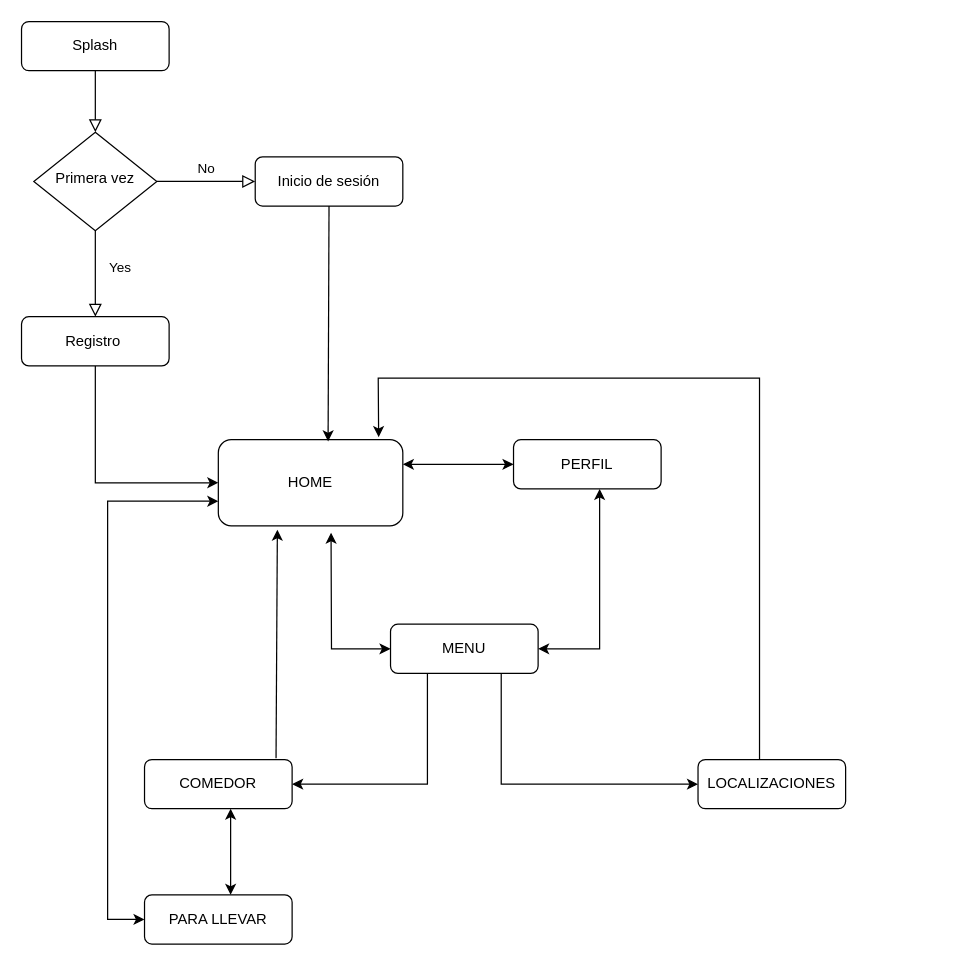
Before: diagrama_flujo.drawio in Vgueca/MyEtsiit, a draw.io diagram. Source tidied: cells renumbered, new cells numbered last; positions are measured from the earlier drawing's top-left corner, leaving out a move shared by most shapes. Both pictures are drawn from the tidied source at 123%, with x=0, y=0 at pixel (21, 21).
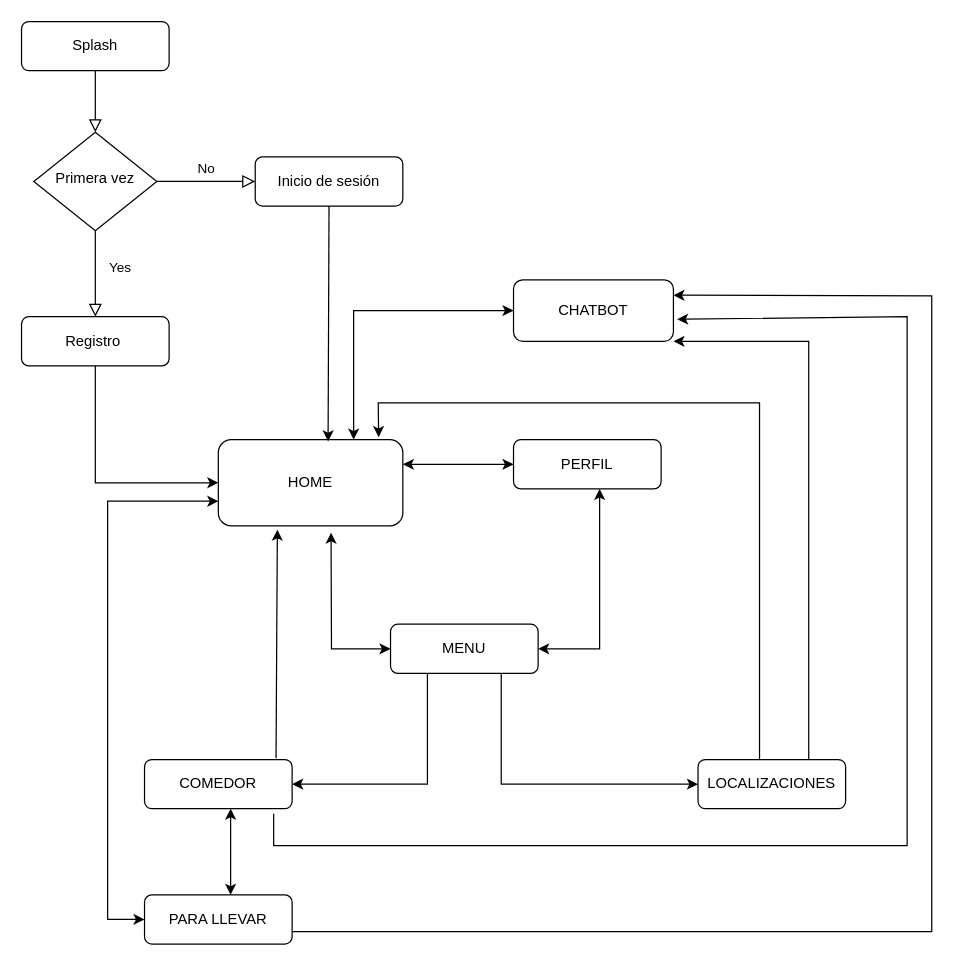
After the change.

Unchanged cells that the change refers to:
```xml
<mxCell id="10" value="HOME" style="rounded=1;whiteSpace=wrap;html=1;fontSize=12;glass=0;strokeWidth=1;shadow=0;" parent="1" vertex="1">
  <mxGeometry x="160" y="340" width="150" height="70" as="geometry" />
</mxCell>
<mxCell id="18" value="COMEDOR" style="rounded=1;whiteSpace=wrap;html=1;fontSize=12;glass=0;strokeWidth=1;shadow=0;" parent="1" vertex="1">
  <mxGeometry x="100" y="600" width="120" height="40" as="geometry" />
</mxCell>
```

The edit, as a diff of the source:
```diff
@@
     <mxCell id="24" style="endArrow=classic;html=1;rounded=0;entryX=0.869;entryY=-0.03;entryDx=0;entryDy=0;entryPerimeter=0;" parent="1" edge="1" target="10">
       <mxGeometry relative="1" as="geometry">
         <mxPoint x="600" y="600" as="sourcePoint" />
         <Array as="points">
-          <mxPoint x="600" y="290" />
-          <mxPoint x="290" y="290" />
+          <mxPoint x="600" y="310" />
+          <mxPoint x="290" y="310" />
         </Array>
       </mxGeometry>
     </mxCell>
@@
+    <mxCell id="26" value="CHATBOT" style="rounded=1;whiteSpace=wrap;html=1;fontSize=12;glass=0;strokeWidth=1;shadow=0;" parent="1" vertex="1">
+      <mxGeometry x="400" y="210" width="130" height="50" as="geometry" />
+    </mxCell>
+    <mxCell id="27" style="endArrow=classic;startArrow=classic;html=1;rounded=0;entryX=0;entryY=0.5;entryDx=0;entryDy=0;" parent="1" edge="1" target="26">
+      <mxGeometry relative="1" as="geometry">
+        <mxPoint x="270" y="340" as="sourcePoint" />
+        <Array as="points">
+          <mxPoint x="270" y="235" />
+        </Array>
+      </mxGeometry>
+    </mxCell>
+    <mxCell id="28" style="endArrow=classic;html=1;rounded=0;entryX=1;entryY=1;entryDx=0;entryDy=0;" parent="1" edge="1" target="26">
+      <mxGeometry relative="1" as="geometry">
+        <mxPoint x="640" y="600" as="sourcePoint" />
+        <Array as="points">
+          <mxPoint x="640" y="260" />
+        </Array>
+      </mxGeometry>
+    </mxCell>
+    <mxCell id="29" style="endArrow=classic;html=1;rounded=0;exitX=0.875;exitY=1.1;exitDx=0;exitDy=0;exitPerimeter=0;entryX=1.023;entryY=0.64;entryDx=0;entryDy=0;entryPerimeter=0;" parent="1" edge="1" source="18" target="26">
+      <mxGeometry relative="1" as="geometry">
+        <Array as="points">
+          <mxPoint x="205" y="670" />
+          <mxPoint x="720" y="670" />
+          <mxPoint x="720" y="240" />
+        </Array>
+      </mxGeometry>
+    </mxCell>
+    <mxCell id="30" style="endArrow=classic;html=1;rounded=0;entryX=1;entryY=0.25;entryDx=0;entryDy=0;" parent="1" edge="1" target="26">
+      <mxGeometry relative="1" as="geometry">
+        <mxPoint x="220" y="740" as="sourcePoint" />
+        <Array as="points">
+          <mxPoint x="740" y="740" />
+          <mxPoint x="740" y="223" />
+        </Array>
+      </mxGeometry>
+    </mxCell>
```
